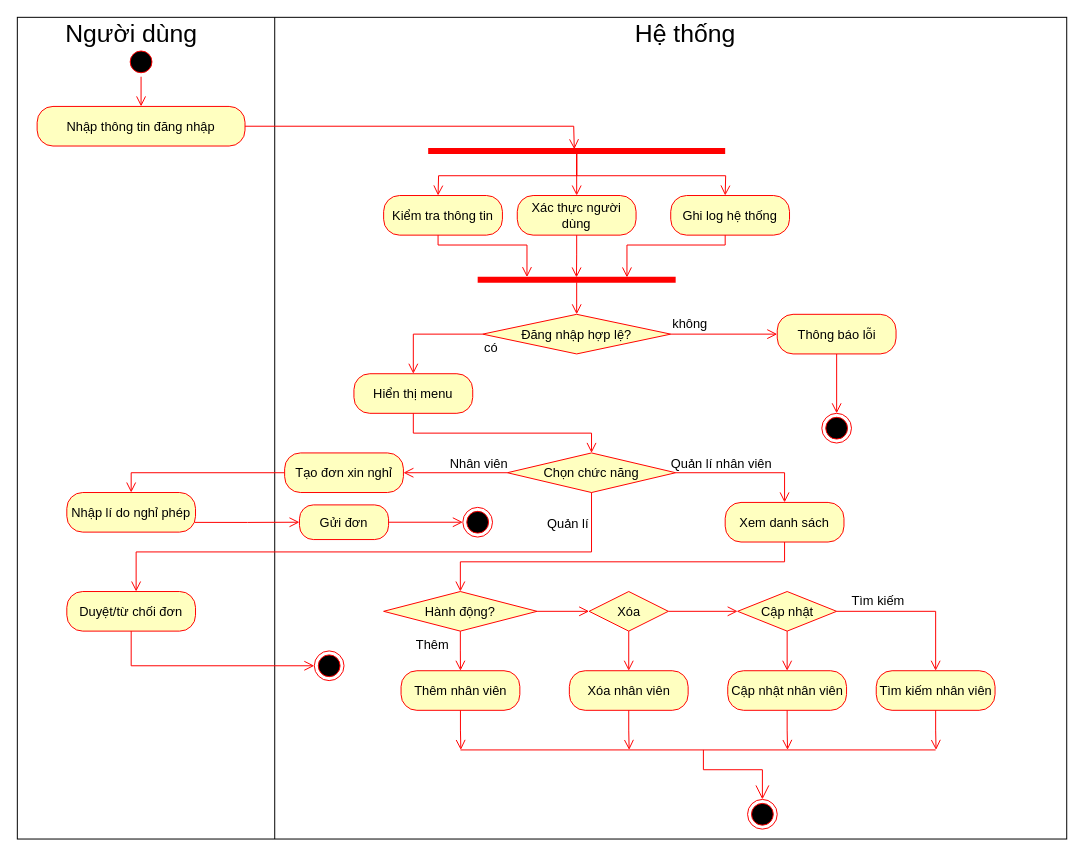
Above: ADNhanVien.drawio in hoangda24312/Group4-DesigningSystem (draw.io), before the change. Source tidied: cells renumbered, new cells numbered last; positions are measured from the earlier drawing's top-left corner, leaving out a move shared by most shapes. Both pictures are drawn from the tidied source at 99%, with x=0, y=0 at pixel (17, 17).
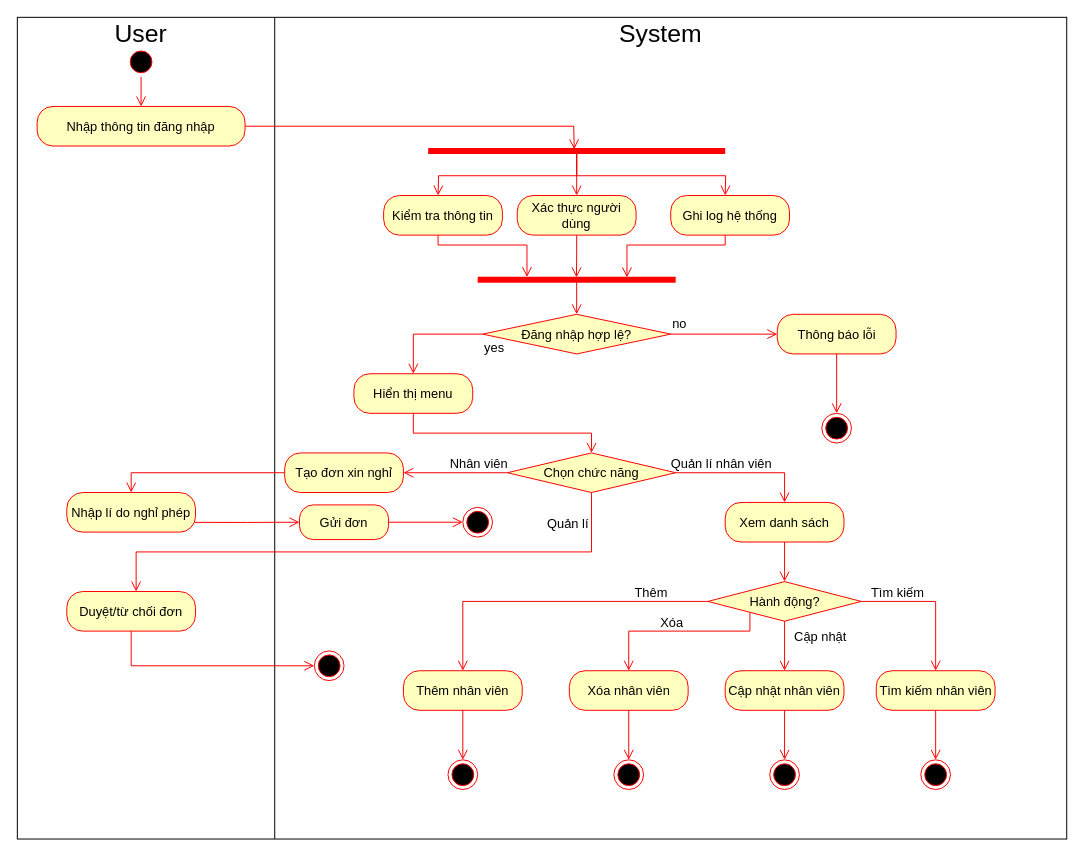
The same diagram, later.

Unchanged cells that the change refers to:
```xml
<mxCell id="22" value="Đăng nhập hợp lệ?" style="rhombus;whiteSpace=wrap;html=1;fontColor=#000000;fillColor=#ffffc0;strokeColor=#ff0000;fontSize=13;" parent="1" vertex="1">
  <mxGeometry x="470" y="300" width="190" height="40" as="geometry" />
</mxCell>
<mxCell id="26" value="Thông báo lỗi" style="rounded=1;whiteSpace=wrap;html=1;arcSize=40;fontColor=#000000;fillColor=#ffffc0;strokeColor=#ff0000;fontSize=13;" parent="1" vertex="1">
  <mxGeometry x="767.6" y="300" width="120" height="40" as="geometry" />
</mxCell>
<mxCell id="27" value="Hiển thị menu" style="rounded=1;whiteSpace=wrap;html=1;arcSize=40;fontColor=#000000;fillColor=#ffffc0;strokeColor=#ff0000;fontSize=13;" parent="1" vertex="1">
  <mxGeometry x="340" y="360" width="120" height="40" as="geometry" />
</mxCell>
<mxCell id="29" value="Xem danh sách" style="rounded=1;whiteSpace=wrap;html=1;arcSize=40;fontColor=#000000;fillColor=#ffffc0;strokeColor=#ff0000;fontSize=13;" parent="1" vertex="1">
  <mxGeometry x="715" y="490" width="120" height="40" as="geometry" />
</mxCell>
<mxCell id="48" value="Xóa nhân viên" style="rounded=1;whiteSpace=wrap;html=1;arcSize=40;fontColor=#000000;fillColor=#ffffc0;strokeColor=#ff0000;fontSize=13;" parent="1" vertex="1">
  <mxGeometry x="557.6" y="660" width="120" height="40" as="geometry" />
</mxCell>
<mxCell id="52" value="Tìm kiếm nhân viên" style="rounded=1;whiteSpace=wrap;html=1;arcSize=40;fontColor=#000000;fillColor=#ffffc0;strokeColor=#ff0000;fontSize=13;" parent="1" vertex="1">
  <mxGeometry x="867.6" y="660" width="120" height="40" as="geometry" />
</mxCell>
```

Change to the diagram source:
```diff
@@
-    <mxCell id="5" value="Người dùng" style="text;html=1;whiteSpace=wrap;strokeColor=none;fillColor=none;align=center;verticalAlign=middle;rounded=0;fontSize=25;" parent="1" vertex="1">
-      <mxGeometry x="37.5" width="155" height="30" as="geometry" />
+    <mxCell id="5" value="User" style="text;html=1;whiteSpace=wrap;strokeColor=none;fillColor=none;align=center;verticalAlign=middle;rounded=0;fontSize=25;" parent="1" vertex="1">
+      <mxGeometry x="95" width="60" height="30" as="geometry" />
     </mxCell>
@@
-    <mxCell id="7" value="Hệ thống" style="text;html=1;whiteSpace=wrap;strokeColor=none;fillColor=none;align=center;verticalAlign=middle;rounded=0;fontSize=25;" parent="1" vertex="1">
-      <mxGeometry x="620" width="110" height="30" as="geometry" />
+    <mxCell id="7" value="System" style="text;html=1;whiteSpace=wrap;strokeColor=none;fillColor=none;align=center;verticalAlign=middle;rounded=0;fontSize=25;" parent="1" vertex="1">
+      <mxGeometry x="620" width="60" height="30" as="geometry" />
     </mxCell>
@@
-    <mxCell id="23" value="không" style="edgeStyle=orthogonalEdgeStyle;html=1;align=left;verticalAlign=bottom;endArrow=open;endSize=8;strokeColor=#ff0000;rounded=0;fontSize=13;entryX=0;entryY=0.5;entryDx=0;entryDy=0;" parent="1" edge="1" source="22" target="26">
+    <mxCell id="23" value="no" style="edgeStyle=orthogonalEdgeStyle;html=1;align=left;verticalAlign=bottom;endArrow=open;endSize=8;strokeColor=#ff0000;rounded=0;fontSize=13;entryX=0;entryY=0.5;entryDx=0;entryDy=0;" parent="1" edge="1" source="22" target="26">
       <mxGeometry x="-1" relative="1" as="geometry" />
     </mxCell>
-    <mxCell id="24" value="có" style="edgeStyle=orthogonalEdgeStyle;html=1;align=left;verticalAlign=top;endArrow=open;endSize=8;strokeColor=#ff0000;rounded=0;fontSize=13;exitX=0;exitY=0.5;exitDx=0;exitDy=0;entryX=0.5;entryY=0;entryDx=0;entryDy=0;" parent="1" edge="1" source="22" target="27">
+    <mxCell id="24" value="yes" style="edgeStyle=orthogonalEdgeStyle;html=1;align=left;verticalAlign=top;endArrow=open;endSize=8;strokeColor=#ff0000;rounded=0;fontSize=13;exitX=0;exitY=0.5;exitDx=0;exitDy=0;entryX=0.5;entryY=0;entryDx=0;entryDy=0;" parent="1" edge="1" source="22" target="27">
       <mxGeometry x="-1" relative="1" as="geometry" />
     </mxCell>
@@
     <mxCell id="28" style="edgeStyle=orthogonalEdgeStyle;html=1;align=left;verticalAlign=top;endArrow=open;endSize=8;strokeColor=#ff0000;rounded=0;entryX=0.5;entryY=0;entryDx=0;entryDy=0;fontSize=13;" parent="1" edge="1" source="29" target="37">
       <mxGeometry relative="1" as="geometry">
         <Array as="points">
-          <mxPoint x="775" y="550" />
-          <mxPoint x="448" y="550" />
+          <mxPoint x="775" y="560" />
+          <mxPoint x="775" y="560" />
         </Array>
       </mxGeometry>
     </mxCell>
@@
     <mxCell id="37" value="Hành động?" style="rhombus;whiteSpace=wrap;html=1;fontColor=#000000;fillColor=#ffffc0;strokeColor=#ff0000;fontSize=13;" parent="1" vertex="1">
-      <mxGeometry x="370" y="580" width="155" height="40" as="geometry" />
+      <mxGeometry x="697.5" y="570" width="155" height="40" as="geometry" />
     </mxCell>
-    <mxCell id="38" value="Thêm" style="edgeStyle=orthogonalEdgeStyle;html=1;align=left;verticalAlign=top;endArrow=open;endSize=8;strokeColor=#ff0000;rounded=0;entryX=0.5;entryY=0;entryDx=0;entryDy=0;fontSize=13;" parent="1" edge="1" source="37" target="46">
-      <mxGeometry x="-1" y="-47" relative="1" as="geometry" />
+    <mxCell id="38" style="edgeStyle=orthogonalEdgeStyle;html=1;align=left;verticalAlign=top;endArrow=open;endSize=8;strokeColor=#ff0000;rounded=0;entryX=0.5;entryY=0;entryDx=0;entryDy=0;fontSize=13;" parent="1" edge="1" source="37" target="46">
+      <mxGeometry x="-0.45" y="-30" relative="1" as="geometry" />
     </mxCell>
-    <mxCell id="39" style="edgeStyle=orthogonalEdgeStyle;html=1;align=left;verticalAlign=bottom;endArrow=open;endSize=8;strokeColor=#ff0000;rounded=0;entryX=0;entryY=0.5;entryDx=0;entryDy=0;fontSize=13;" parent="1" edge="1" source="42" target="43">
-      <mxGeometry x="-1" relative="1" as="geometry" />
-    </mxCell>
+    <mxCell id="69" value="Thêm" style="edgeLabel;html=1;align=center;verticalAlign=middle;fontSize=13;" parent="38" vertex="1">
+      <mxGeometry x="-0.53" y="-1" relative="1" as="geometry">
+        <mxPoint x="17" y="-9" as="offset" />
+      </mxGeometry>
+    </mxCell>
-    <mxCell id="40" style="edgeStyle=orthogonalEdgeStyle;html=1;align=left;verticalAlign=top;endArrow=open;endSize=8;strokeColor=#ff0000;rounded=0;entryX=0.5;entryY=0;entryDx=0;entryDy=0;fontSize=13;" parent="1" edge="1" source="42" target="48">
-      <mxGeometry x="-1" relative="1" as="geometry" />
+    <mxCell id="40" style="edgeStyle=orthogonalEdgeStyle;html=1;align=left;verticalAlign=top;endArrow=open;endSize=8;strokeColor=#ff0000;rounded=0;entryX=0.5;entryY=0;entryDx=0;entryDy=0;fontSize=13;exitX=0.274;exitY=0.781;exitDx=0;exitDy=0;exitPerimeter=0;" parent="1" edge="1" source="37" target="48">
+      <mxGeometry x="-1" relative="1" as="geometry">
+        <Array as="points">
+          <mxPoint x="740" y="620" />
+          <mxPoint x="618" y="620" />
+        </Array>
+      </mxGeometry>
     </mxCell>
-    <mxCell id="41" style="edgeStyle=orthogonalEdgeStyle;html=1;align=left;verticalAlign=bottom;endArrow=open;endSize=8;strokeColor=#ff0000;rounded=0;entryX=0;entryY=0.5;entryDx=0;entryDy=0;fontSize=13;" parent="1" edge="1" source="37" target="42">
-      <mxGeometry x="-1" y="-120" relative="1" as="geometry">
-        <mxPoint x="-7" as="offset" />
-      </mxGeometry>
-    </mxCell>
-    <mxCell id="42" value="Xóa" style="rhombus;whiteSpace=wrap;html=1;fontColor=#000000;fillColor=#ffffc0;strokeColor=#ff0000;fontSize=13;" parent="1" vertex="1">
-      <mxGeometry x="577.6" y="580" width="80" height="40" as="geometry" />
+    <mxCell id="42" value="Xóa" style="edgeLabel;html=1;align=center;verticalAlign=middle;points=[];fontSize=13;" parent="40" vertex="1">
+      <mxGeometry x="0.04" y="-1" relative="1" as="geometry">
+        <mxPoint x="-4" y="-9" as="offset" />
+      </mxGeometry>
     </mxCell>
+    <mxCell id="45" style="edgeStyle=orthogonalEdgeStyle;html=1;align=left;verticalAlign=top;endArrow=open;endSize=8;strokeColor=#ff0000;rounded=0;entryX=0.5;entryY=0;entryDx=0;entryDy=0;fontSize=13;exitX=0.5;exitY=1;exitDx=0;exitDy=0;" parent="1" edge="1" source="37" target="50">
+      <mxGeometry x="1" y="71" relative="1" as="geometry">
+        <mxPoint x="-1" y="10" as="offset" />
+      </mxGeometry>
+    </mxCell>
-    <mxCell id="43" value="Cập nhật" style="rhombus;whiteSpace=wrap;html=1;fontColor=#000000;fillColor=#ffffc0;strokeColor=#ff0000;fontSize=13;" parent="1" vertex="1">
-      <mxGeometry x="727.6" y="580" width="100" height="40" as="geometry" />
+    <mxCell id="43" value="Cập nhật" style="edgeLabel;html=1;align=center;verticalAlign=middle;points=[];fontSize=13;" parent="45" vertex="1">
+      <mxGeometry x="-0.44" y="-1" relative="1" as="geometry">
+        <mxPoint x="36" as="offset" />
+      </mxGeometry>
     </mxCell>
-    <mxCell id="44" value="Tìm kiếm" style="edgeStyle=orthogonalEdgeStyle;html=1;align=left;verticalAlign=bottom;endArrow=open;endSize=8;strokeColor=#ff0000;rounded=0;entryX=0.5;entryY=0;entryDx=0;entryDy=0;fontSize=13;" parent="1" edge="1" source="43" target="52">
-      <mxGeometry x="-0.84" relative="1" as="geometry" />
-    </mxCell>
-    <mxCell id="45" style="edgeStyle=orthogonalEdgeStyle;html=1;align=left;verticalAlign=top;endArrow=open;endSize=8;strokeColor=#ff0000;rounded=0;entryX=0.5;entryY=0;entryDx=0;entryDy=0;fontSize=13;" parent="1" edge="1" source="43" target="50">
-      <mxGeometry x="1" y="71" relative="1" as="geometry">
-        <mxPoint x="-1" y="10" as="offset" />
-      </mxGeometry>
-    </mxCell>
     <mxCell id="46" value="Thêm nhân viên" style="rounded=1;whiteSpace=wrap;html=1;arcSize=40;fontColor=#000000;fillColor=#ffffc0;strokeColor=#ff0000;fontSize=13;" parent="1" vertex="1">
-      <mxGeometry x="387.6" y="660" width="120" height="40" as="geometry" />
+      <mxGeometry x="390" y="660" width="120" height="40" as="geometry" />
     </mxCell>
-    <mxCell id="47" style="edgeStyle=orthogonalEdgeStyle;html=1;verticalAlign=bottom;endArrow=open;endSize=8;strokeColor=#ff0000;rounded=0;fontSize=13;exitX=0.5;exitY=1;exitDx=0;exitDy=0;" parent="1" edge="1" source="46">
-      <mxGeometry relative="1" as="geometry">
-        <mxPoint x="448" y="740" as="targetPoint" />
-      </mxGeometry>
+    <mxCell id="47" style="edgeStyle=orthogonalEdgeStyle;html=1;verticalAlign=bottom;endArrow=open;endSize=8;strokeColor=#ff0000;rounded=0;fontSize=13;exitX=0.5;exitY=1;exitDx=0;exitDy=0;entryX=0.5;entryY=0;entryDx=0;entryDy=0;" parent="1" edge="1" source="46" target="58">
+      <mxGeometry relative="1" as="geometry" />
     </mxCell>
@@
-    <mxCell id="49" style="edgeStyle=orthogonalEdgeStyle;html=1;verticalAlign=bottom;endArrow=open;endSize=8;strokeColor=#ff0000;rounded=0;fontSize=13;" parent="1" edge="1" source="48">
-      <mxGeometry relative="1" as="geometry">
-        <mxPoint x="618" y="740" as="targetPoint" />
-      </mxGeometry>
+    <mxCell id="49" style="edgeStyle=orthogonalEdgeStyle;html=1;verticalAlign=bottom;endArrow=open;endSize=8;strokeColor=#ff0000;rounded=0;fontSize=13;entryX=0.5;entryY=0;entryDx=0;entryDy=0;" parent="1" edge="1" source="48" target="71">
+      <mxGeometry relative="1" as="geometry" />
     </mxCell>
     <mxCell id="50" value="Cập nhật nhân viên" style="rounded=1;whiteSpace=wrap;html=1;arcSize=40;fontColor=#000000;fillColor=#ffffc0;strokeColor=#ff0000;fontSize=13;" parent="1" vertex="1">
-      <mxGeometry x="717.6" y="660" width="120" height="40" as="geometry" />
+      <mxGeometry x="715" y="660" width="120" height="40" as="geometry" />
     </mxCell>
-    <mxCell id="51" style="edgeStyle=orthogonalEdgeStyle;html=1;verticalAlign=bottom;endArrow=open;endSize=8;strokeColor=#ff0000;rounded=0;fontSize=13;" parent="1" edge="1" source="50">
-      <mxGeometry relative="1" as="geometry">
-        <mxPoint x="778" y="740" as="targetPoint" />
-      </mxGeometry>
+    <mxCell id="51" style="edgeStyle=orthogonalEdgeStyle;html=1;verticalAlign=bottom;endArrow=open;endSize=8;strokeColor=#ff0000;rounded=0;fontSize=13;entryX=0.5;entryY=0;entryDx=0;entryDy=0;" parent="1" edge="1" source="50" target="72">
+      <mxGeometry relative="1" as="geometry" />
     </mxCell>
@@
-    <mxCell id="53" style="edgeStyle=orthogonalEdgeStyle;html=1;verticalAlign=bottom;endArrow=open;endSize=8;strokeColor=#ff0000;rounded=0;fontSize=13;" parent="1" edge="1" source="52">
-      <mxGeometry relative="1" as="geometry">
-        <mxPoint x="928" y="740" as="targetPoint" />
-      </mxGeometry>
+    <mxCell id="53" style="edgeStyle=orthogonalEdgeStyle;html=1;verticalAlign=bottom;endArrow=open;endSize=8;strokeColor=#ff0000;rounded=0;fontSize=13;entryX=0.5;entryY=0;entryDx=0;entryDy=0;" parent="1" edge="1" source="52" target="73">
+      <mxGeometry relative="1" as="geometry" />
     </mxCell>
-    <mxCell id="54" style="edgeStyle=elbowEdgeStyle;html=1;elbow=vertical;verticalAlign=bottom;startArrow=open;endArrow=none;rounded=0;labelBackgroundColor=none;startSize=12;fillColor=#e51400;strokeColor=light-dark(#ff0000, #ffacac);exitX=0.5;exitY=0;exitDx=0;exitDy=0;fontSize=13;" parent="1" edge="1" source="58">
-      <mxGeometry relative="1" as="geometry">
-        <mxPoint x="693" y="740" as="targetPoint" />
-        <Array as="points">
-          <mxPoint x="600" y="760" />
-        </Array>
-      </mxGeometry>
-    </mxCell>
-    <mxCell id="55" style="endArrow=none;html=1;rounded=0;fillColor=#e51400;strokeColor=light-dark(#ff0000, #ffacac);fontSize=13;" parent="1" edge="1">
-      <mxGeometry relative="1" as="geometry">
-        <mxPoint x="447.6" y="740" as="sourcePoint" />
-        <mxPoint x="927.6" y="740" as="targetPoint" />
-      </mxGeometry>
-    </mxCell>
@@
     <mxCell id="58" style="ellipse;html=1;shape=endState;fillColor=#000000;strokeColor=#ff0000;fontSize=13;" parent="1" vertex="1">
-      <mxGeometry x="737.6" y="790" width="30" height="30" as="geometry" />
+      <mxGeometry x="435" y="750" width="30" height="30" as="geometry" />
     </mxCell>
@@
+    <mxCell id="70" style="edgeStyle=orthogonalEdgeStyle;html=1;align=left;verticalAlign=top;endArrow=open;endSize=8;strokeColor=#ff0000;rounded=0;entryX=0.5;entryY=0;entryDx=0;entryDy=0;fontSize=13;exitX=1;exitY=0.5;exitDx=0;exitDy=0;" parent="1" edge="1" source="37" target="52">
+      <mxGeometry x="1" y="71" relative="1" as="geometry">
+        <mxPoint x="-1" y="10" as="offset" />
+      </mxGeometry>
+    </mxCell>
+    <mxCell id="44" value="Tìm kiếm" style="edgeLabel;html=1;align=center;verticalAlign=middle;fontSize=13;" parent="70" vertex="1">
+      <mxGeometry x="-0.34" y="2" relative="1" as="geometry">
+        <mxPoint x="-12" y="-8" as="offset" />
+      </mxGeometry>
+    </mxCell>
+    <mxCell id="71" style="ellipse;html=1;shape=endState;fillColor=#000000;strokeColor=#ff0000;fontSize=13;" parent="1" vertex="1">
+      <mxGeometry x="602.6" y="750" width="30" height="30" as="geometry" />
+    </mxCell>
+    <mxCell id="72" style="ellipse;html=1;shape=endState;fillColor=#000000;strokeColor=#ff0000;fontSize=13;" parent="1" vertex="1">
+      <mxGeometry x="760" y="750" width="30" height="30" as="geometry" />
+    </mxCell>
+    <mxCell id="73" style="ellipse;html=1;shape=endState;fillColor=#000000;strokeColor=#ff0000;fontSize=13;" parent="1" vertex="1">
+      <mxGeometry x="912.6" y="750" width="30" height="30" as="geometry" />
+    </mxCell>
```
